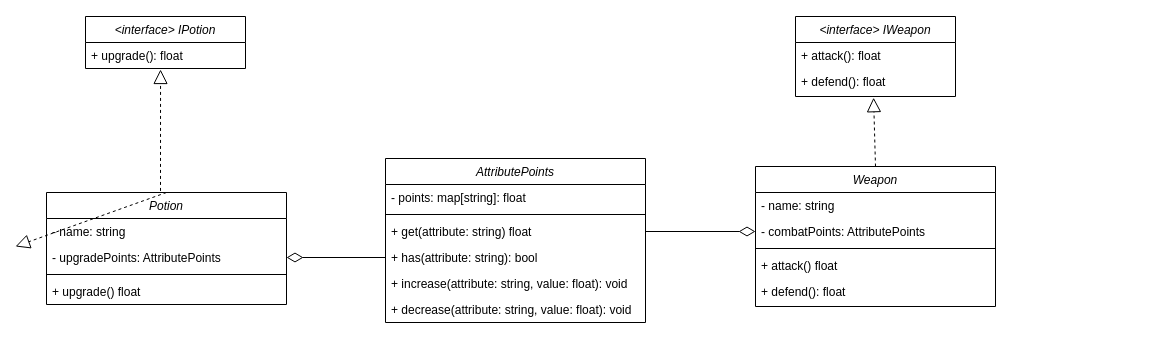
spanishGab/unind-game keeps this draw.io diagram as docs/classes-diagram.drawio. Above is the earlier version. Source tidied: cells renumbered, new cells numbered last; positions are measured from the earlier drawing's top-left corner, leaving out a move shared by most shapes. Both pictures are drawn from the tidied source at 100%, with x=0, y=0 at pixel (15, 16).
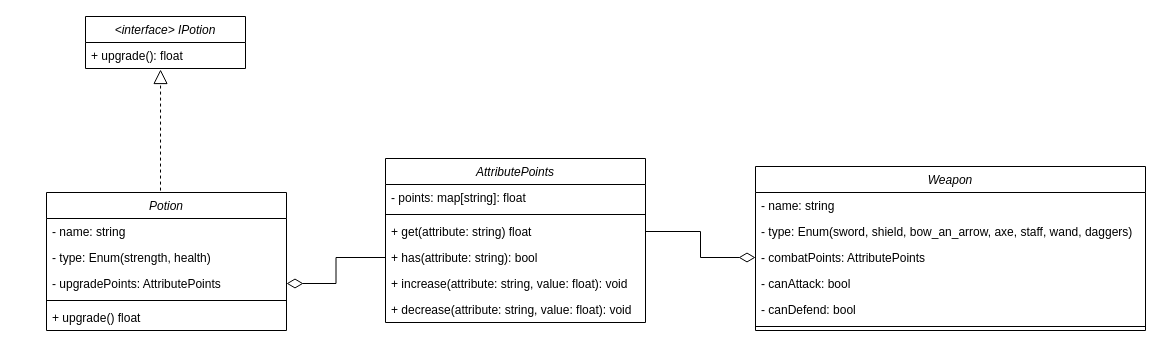
The same diagram, later.

Commit message:
chore: changing weapons approach

What changed in the source:
```diff
@@
-    <mxCell id="2" value="&lt;interface&gt; IWeapon" style="swimlane;fontStyle=2;align=center;verticalAlign=top;horizontal=1;startSize=26;rounded=0;shadow=0;strokeWidth=1;" parent="1" vertex="1">
-      <mxGeometry x="780" width="160" height="80" as="geometry" />
-    </mxCell>
-    <mxCell id="3" value="+ attack(): float" style="text;align=left;verticalAlign=top;spacingLeft=4;spacingRight=4;overflow=hidden;" parent="2" vertex="1">
-      <mxGeometry y="26" width="160" height="26" as="geometry" />
-    </mxCell>
-    <mxCell id="4" value="+ defend(): float" style="text;align=left;verticalAlign=top;spacingLeft=4;spacingRight=4;overflow=hidden;points=[[0,0.5],[1,0.5]];portConstraint=eastwest;" parent="2" vertex="1">
-      <mxGeometry y="52" width="160" height="26" as="geometry" />
-    </mxCell>
@@
     <mxCell id="12" value="Weapon" style="swimlane;fontStyle=2;align=center;verticalAlign=top;horizontal=1;startSize=26;rounded=0;shadow=0;strokeWidth=1;" parent="1" vertex="1">
-      <mxGeometry x="740" y="150" width="240" height="140" as="geometry" />
+      <mxGeometry x="740" y="150" width="390" height="164" as="geometry" />
     </mxCell>
     <mxCell id="13" value="- name: string" style="text;align=left;verticalAlign=top;spacingLeft=4;spacingRight=4;overflow=hidden;" parent="12" vertex="1">
-      <mxGeometry y="26" width="240" height="26" as="geometry" />
+      <mxGeometry y="26" width="390" height="26" as="geometry" />
     </mxCell>
+    <mxCell id="30" value="- type: Enum(sword, shield, bow_an_arrow, axe, staff, wand, daggers)" style="text;align=left;verticalAlign=top;spacingLeft=4;spacingRight=4;overflow=hidden;" parent="12" vertex="1">
+      <mxGeometry y="52" width="390" height="26" as="geometry" />
+    </mxCell>
     <mxCell id="14" value="- combatPoints: AttributePoints" style="text;align=left;verticalAlign=top;spacingLeft=4;spacingRight=4;overflow=hidden;points=[[0,0.5],[1,0.5]];portConstraint=eastwest;" parent="12" vertex="1">
-      <mxGeometry y="52" width="240" height="26" as="geometry" />
+      <mxGeometry y="78" width="390" height="26" as="geometry" />
     </mxCell>
+    <mxCell id="31" value="- canAttack: bool" style="text;align=left;verticalAlign=top;spacingLeft=4;spacingRight=4;overflow=hidden;" parent="12" vertex="1">
+      <mxGeometry y="104" width="390" height="26" as="geometry" />
+    </mxCell>
+    <mxCell id="32" value="- canDefend: bool" style="text;align=left;verticalAlign=top;spacingLeft=4;spacingRight=4;overflow=hidden;" parent="12" vertex="1">
+      <mxGeometry y="130" width="390" height="26" as="geometry" />
+    </mxCell>
     <mxCell id="15" style="line;html=1;strokeWidth=1;align=left;verticalAlign=middle;spacingTop=-1;spacingLeft=3;spacingRight=3;labelPosition=right;" parent="12" vertex="1">
-      <mxGeometry y="78" width="240" height="8" as="geometry" />
+      <mxGeometry y="156" width="390" height="8" as="geometry" />
     </mxCell>
-    <mxCell id="16" value="+ attack() float" style="text;align=left;verticalAlign=top;spacingLeft=4;spacingRight=4;overflow=hidden;" parent="12" vertex="1">
-      <mxGeometry y="86" width="240" height="26" as="geometry" />
-    </mxCell>
-    <mxCell id="17" value="+ defend(): float" style="text;align=left;verticalAlign=top;spacingLeft=4;spacingRight=4;overflow=hidden;" parent="12" vertex="1">
-      <mxGeometry y="112" width="240" height="26" as="geometry" />
-    </mxCell>
-    <mxCell id="18" style="endArrow=block;dashed=1;endFill=0;endSize=12;html=1;rounded=0;entryX=0.488;entryY=1.122;entryDx=0;entryDy=0;entryPerimeter=0;exitX=0.5;exitY=0;exitDx=0;exitDy=0;" parent="1" edge="1" source="12" target="4">
-      <mxGeometry relative="1" as="geometry" />
-    </mxCell>
@@
     <mxCell id="22" value="Potion" style="swimlane;fontStyle=2;align=center;verticalAlign=top;horizontal=1;startSize=26;rounded=0;shadow=0;strokeWidth=1;" parent="1" vertex="1">
-      <mxGeometry x="31" y="176" width="240" height="112" as="geometry" />
+      <mxGeometry x="31" y="176" width="240" height="138" as="geometry" />
     </mxCell>
@@
+    <mxCell id="33" value="- type: Enum(strength, health)" style="text;align=left;verticalAlign=top;spacingLeft=4;spacingRight=4;overflow=hidden;" parent="22" vertex="1">
+      <mxGeometry y="52" width="240" height="26" as="geometry" />
+    </mxCell>
     <mxCell id="24" value="- upgradePoints: AttributePoints" style="text;align=left;verticalAlign=top;spacingLeft=4;spacingRight=4;overflow=hidden;points=[[0,0.5],[1,0.5]];portConstraint=eastwest;" parent="22" vertex="1">
-      <mxGeometry y="52" width="240" height="26" as="geometry" />
+      <mxGeometry y="78" width="240" height="26" as="geometry" />
     </mxCell>
     <mxCell id="25" style="line;html=1;strokeWidth=1;align=left;verticalAlign=middle;spacingTop=-1;spacingLeft=3;spacingRight=3;labelPosition=right;" parent="22" vertex="1">
-      <mxGeometry y="78" width="240" height="8" as="geometry" />
+      <mxGeometry y="104" width="240" height="8" as="geometry" />
     </mxCell>
     <mxCell id="26" value="+ upgrade() float" style="text;align=left;verticalAlign=top;spacingLeft=4;spacingRight=4;overflow=hidden;" parent="22" vertex="1">
-      <mxGeometry y="86" width="240" height="26" as="geometry" />
+      <mxGeometry y="112" width="240" height="26" as="geometry" />
     </mxCell>
-    <mxCell id="27" style="endArrow=block;dashed=1;endFill=0;endSize=12;html=1;rounded=0;entryX=0.488;entryY=1.122;entryDx=0;entryDy=0;entryPerimeter=0;exitX=0.5;exitY=0;exitDx=0;exitDy=0;" parent="1" edge="1" source="22">
-      <mxGeometry relative="1" as="geometry">
-        <mxPoint y="230" as="targetPoint" />
-      </mxGeometry>
-    </mxCell>
```
